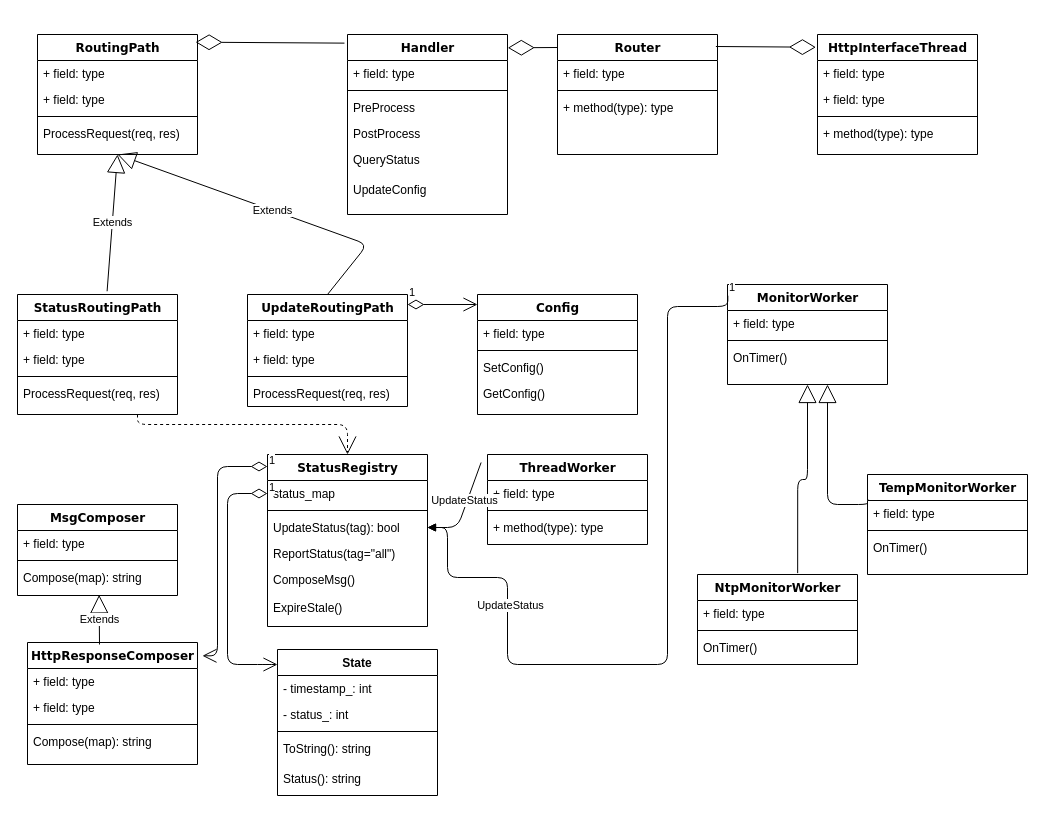
The draw.io diagram page "classes" (1 of 2) of httpworker.drawio in joeshow79/umlchart, before the edit. Source tidied: cells renumbered, new cells numbered last; positions are measured from the earlier drawing's top-left corner, leaving out a move shared by most shapes. Both pictures are drawn from the tidied source at 100%, with x=0, y=0 at pixel (17, 34).
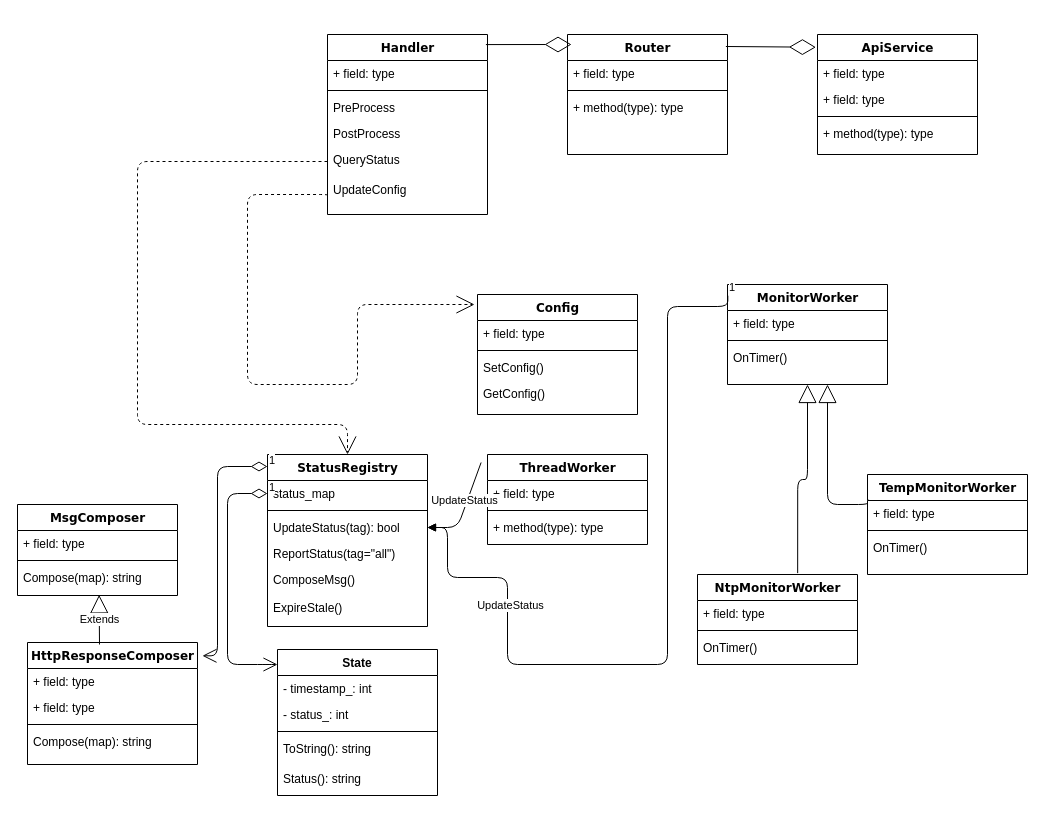
Above is the later version.

Unchanged cells that the change refers to:
```xml
<mxCell id="22" value="StatusRegistry" style="swimlane;html=1;fontStyle=1;align=center;verticalAlign=top;horizontal=1;startSize=26;swimlaneFillColor=#ffffff;rounded=0;shadow=0;comic=0;labelBackgroundColor=none;strokeWidth=1;fillColor=none;fontFamily=Verdana;fontSize=12;" parent="1" vertex="1">
  <mxGeometry x="250" y="420" width="160" height="172" as="geometry" />
</mxCell>
<mxCell id="49" value="Config" style="swimlane;html=1;fontStyle=1;align=center;verticalAlign=top;horizontal=1;startSize=26;swimlaneFillColor=#ffffff;rounded=0;shadow=0;comic=0;labelBackgroundColor=none;strokeWidth=1;fillColor=none;fontFamily=Verdana;fontSize=12;" parent="1" vertex="1">
  <mxGeometry x="460" y="260" width="160" height="120" as="geometry" />
</mxCell>
<mxCell id="84" value="QueryStatus" style="text;html=1;strokeColor=none;fillColor=none;align=left;verticalAlign=top;spacingLeft=4;spacingRight=4;whiteSpace=wrap;overflow=hidden;points=[[0,0.5],[1,0.5]];portConstraint=eastwest;" parent="79" vertex="1">
  <mxGeometry y="112" width="160" height="30" as="geometry" />
</mxCell>
```

Change to the diagram source:
```diff
@@
-    <mxCell id="2" style="edgeStyle=orthogonalEdgeStyle;html=1;labelBackgroundColor=none;startFill=0;startSize=8;endArrow=open;endFill=0;endSize=16;fontFamily=Verdana;fontSize=12;dashed=1;" parent="1" edge="1" source="3" target="22">
+    <mxCell id="2" style="edgeStyle=orthogonalEdgeStyle;html=1;labelBackgroundColor=none;startFill=0;startSize=8;endArrow=open;endFill=0;endSize=16;fontFamily=Verdana;fontSize=12;dashed=1;exitX=0;exitY=0.5;exitDx=0;exitDy=0;" parent="1" edge="1" source="84" target="22">
       <mxGeometry relative="1" as="geometry">
         <Array as="points">
+          <mxPoint x="120" y="127" />
           <mxPoint x="120" y="390" />
           <mxPoint x="330" y="390" />
         </Array>
       </mxGeometry>
     </mxCell>
-    <mxCell id="3" value="StatusRoutingPath" style="swimlane;html=1;fontStyle=1;align=center;verticalAlign=top;horizontal=1;startSize=26;swimlaneFillColor=#ffffff;rounded=0;shadow=0;comic=0;labelBackgroundColor=none;strokeWidth=1;fillColor=none;fontFamily=Verdana;fontSize=12;" parent="1" vertex="1">
-      <mxGeometry y="260" width="160" height="120" as="geometry" />
-    </mxCell>
-    <mxCell id="4" value="+ field: type" style="text;html=1;strokeColor=none;fillColor=none;align=left;verticalAlign=top;spacingLeft=4;spacingRight=4;whiteSpace=wrap;overflow=hidden;" parent="3" vertex="1">
-      <mxGeometry y="26" width="160" height="26" as="geometry" />
-    </mxCell>
-    <mxCell id="5" value="+ field: type" style="text;html=1;strokeColor=none;fillColor=none;align=left;verticalAlign=top;spacingLeft=4;spacingRight=4;whiteSpace=wrap;overflow=hidden;" parent="3" vertex="1">
-      <mxGeometry y="52" width="160" height="26" as="geometry" />
-    </mxCell>
-    <mxCell id="6" style="line;html=1;strokeWidth=1;fillColor=none;align=left;verticalAlign=middle;spacingTop=-1;spacingLeft=3;spacingRight=3;labelPosition=right;" parent="3" vertex="1">
-      <mxGeometry y="78" width="160" height="8" as="geometry" />
-    </mxCell>
-    <mxCell id="7" value="ProcessRequest(req, res)" style="text;html=1;strokeColor=none;fillColor=none;align=left;verticalAlign=top;spacingLeft=4;spacingRight=4;whiteSpace=wrap;overflow=hidden;" parent="3" vertex="1">
-      <mxGeometry y="86" width="160" height="26" as="geometry" />
-    </mxCell>
-    <mxCell id="8" value="HttpInterfaceThread" style="swimlane;html=1;fontStyle=1;align=center;verticalAlign=top;horizontal=1;startSize=26;swimlaneFillColor=#ffffff;rounded=0;shadow=0;comic=0;labelBackgroundColor=none;strokeWidth=1;fillColor=none;fontFamily=Verdana;fontSize=12;" parent="1" vertex="1">
+    <mxCell id="8" value="ApiService" style="swimlane;html=1;fontStyle=1;align=center;verticalAlign=top;horizontal=1;startSize=26;swimlaneFillColor=#ffffff;rounded=0;shadow=0;comic=0;labelBackgroundColor=none;strokeWidth=1;fillColor=none;fontFamily=Verdana;fontSize=12;" parent="1" vertex="1">
       <mxGeometry x="800" width="160" height="120" as="geometry" />
     </mxCell>
@@
-    <mxCell id="40" value="UpdateRoutingPath" style="swimlane;html=1;fontStyle=1;align=center;verticalAlign=top;horizontal=1;startSize=26;swimlaneFillColor=#ffffff;rounded=0;shadow=0;comic=0;labelBackgroundColor=none;strokeWidth=1;fillColor=none;fontFamily=Verdana;fontSize=12;" parent="1" vertex="1">
-      <mxGeometry x="230" y="260" width="160" height="112" as="geometry" />
-    </mxCell>
-    <mxCell id="41" value="+ field: type" style="text;html=1;strokeColor=none;fillColor=none;align=left;verticalAlign=top;spacingLeft=4;spacingRight=4;whiteSpace=wrap;overflow=hidden;" parent="40" vertex="1">
-      <mxGeometry y="26" width="160" height="26" as="geometry" />
-    </mxCell>
-    <mxCell id="42" value="+ field: type" style="text;html=1;strokeColor=none;fillColor=none;align=left;verticalAlign=top;spacingLeft=4;spacingRight=4;whiteSpace=wrap;overflow=hidden;" parent="40" vertex="1">
-      <mxGeometry y="52" width="160" height="26" as="geometry" />
-    </mxCell>
-    <mxCell id="43" style="line;html=1;strokeWidth=1;fillColor=none;align=left;verticalAlign=middle;spacingTop=-1;spacingLeft=3;spacingRight=3;labelPosition=right;" parent="40" vertex="1">
-      <mxGeometry y="78" width="160" height="8" as="geometry" />
-    </mxCell>
-    <mxCell id="44" value="ProcessRequest(req, res)" style="text;html=1;strokeColor=none;fillColor=none;align=left;verticalAlign=top;spacingLeft=4;spacingRight=4;whiteSpace=wrap;overflow=hidden;" parent="40" vertex="1">
-      <mxGeometry y="86" width="160" height="26" as="geometry" />
-    </mxCell>
-    <mxCell id="45" style="endArrow=diamondThin;endFill=0;endSize=24;html=1;entryX=0.988;entryY=0.064;entryDx=0;entryDy=0;entryPerimeter=0;exitX=-0.019;exitY=0.048;exitDx=0;exitDy=0;exitPerimeter=0;" parent="1" edge="1" source="79" target="60">
-      <mxGeometry relative="1" as="geometry" />
-    </mxCell>
@@
-    <mxCell id="50" value="1" style="endArrow=open;html=1;endSize=12;startArrow=diamondThin;startSize=14;startFill=0;edgeStyle=orthogonalEdgeStyle;align=left;verticalAlign=bottom;" parent="49" edge="1">
-      <mxGeometry x="-1" y="3" relative="1" as="geometry">
-        <mxPoint x="-70" y="10" as="sourcePoint" />
-        <mxPoint y="10" as="targetPoint" />
-      </mxGeometry>
-    </mxCell>
@@
-    <mxCell id="60" value="RoutingPath" style="swimlane;html=1;fontStyle=1;align=center;verticalAlign=top;horizontal=1;startSize=26;swimlaneFillColor=#ffffff;rounded=0;shadow=0;comic=0;labelBackgroundColor=none;strokeWidth=1;fillColor=none;fontFamily=Verdana;fontSize=12;" parent="1" vertex="1">
-      <mxGeometry x="20" width="160" height="120" as="geometry" />
-    </mxCell>
-    <mxCell id="61" value="+ field: type" style="text;html=1;strokeColor=none;fillColor=none;align=left;verticalAlign=top;spacingLeft=4;spacingRight=4;whiteSpace=wrap;overflow=hidden;" parent="60" vertex="1">
-      <mxGeometry y="26" width="160" height="26" as="geometry" />
-    </mxCell>
-    <mxCell id="62" value="+ field: type" style="text;html=1;strokeColor=none;fillColor=none;align=left;verticalAlign=top;spacingLeft=4;spacingRight=4;whiteSpace=wrap;overflow=hidden;" parent="60" vertex="1">
-      <mxGeometry y="52" width="160" height="26" as="geometry" />
-    </mxCell>
-    <mxCell id="63" style="line;html=1;strokeWidth=1;fillColor=none;align=left;verticalAlign=middle;spacingTop=-1;spacingLeft=3;spacingRight=3;labelPosition=right;" parent="60" vertex="1">
-      <mxGeometry y="78" width="160" height="8" as="geometry" />
-    </mxCell>
-    <mxCell id="64" value="ProcessRequest(req, res)" style="text;html=1;strokeColor=none;fillColor=none;align=left;verticalAlign=top;spacingLeft=4;spacingRight=4;whiteSpace=wrap;overflow=hidden;" parent="60" vertex="1">
-      <mxGeometry y="86" width="160" height="26" as="geometry" />
-    </mxCell>
-    <mxCell id="65" value="Extends" style="endArrow=block;endSize=16;endFill=0;html=1;exitX=0.56;exitY=-0.027;exitDx=0;exitDy=0;exitPerimeter=0;entryX=0.5;entryY=1;entryDx=0;entryDy=0;" parent="1" edge="1" source="3" target="60">
-      <mxGeometry relative="1" as="geometry" />
-    </mxCell>
-    <mxCell id="66" value="Extends" style="endArrow=block;endSize=16;endFill=0;html=1;exitX=0.5;exitY=0;exitDx=0;exitDy=0;entryX=0.5;entryY=1;entryDx=0;entryDy=0;" parent="1" edge="1" source="40" target="60">
-      <mxGeometry relative="1" as="geometry">
-        <Array as="points">
-          <mxPoint x="350" y="210" />
-        </Array>
-      </mxGeometry>
-    </mxCell>
@@
     <mxCell id="79" value="Handler" style="swimlane;html=1;fontStyle=1;align=center;verticalAlign=top;horizontal=1;startSize=26;swimlaneFillColor=#ffffff;rounded=0;shadow=0;comic=0;labelBackgroundColor=none;strokeWidth=1;fillColor=none;fontFamily=Verdana;fontSize=12;" parent="1" vertex="1">
-      <mxGeometry x="330" width="160" height="180" as="geometry" />
+      <mxGeometry x="310" width="160" height="180" as="geometry" />
     </mxCell>
@@
     <mxCell id="86" value="Router" style="swimlane;html=1;fontStyle=1;align=center;verticalAlign=top;horizontal=1;startSize=26;swimlaneFillColor=#ffffff;rounded=0;shadow=0;comic=0;labelBackgroundColor=none;strokeWidth=1;fillColor=none;fontFamily=Verdana;fontSize=12;" parent="1" vertex="1">
-      <mxGeometry x="540" width="160" height="120" as="geometry" />
+      <mxGeometry x="550" width="160" height="120" as="geometry" />
     </mxCell>
@@
-    <mxCell id="91" style="endArrow=diamondThin;endFill=0;endSize=24;html=1;entryX=1.002;entryY=0.074;entryDx=0;entryDy=0;entryPerimeter=0;" parent="1" edge="1" target="79">
+    <mxCell id="91" style="endArrow=diamondThin;endFill=0;endSize=24;html=1;exitX=0.99;exitY=0.056;exitDx=0;exitDy=0;exitPerimeter=0;" parent="1" edge="1" source="79">
       <mxGeometry relative="1" as="geometry">
-        <mxPoint x="540" y="13" as="sourcePoint" />
+        <mxPoint x="554" y="10" as="targetPoint" />
       </mxGeometry>
     </mxCell>
+    <mxCell id="92" style="edgeStyle=orthogonalEdgeStyle;html=1;labelBackgroundColor=none;startFill=0;startSize=8;endArrow=open;endFill=0;endSize=16;fontFamily=Verdana;fontSize=12;dashed=1;" parent="1" edge="1">
+      <mxGeometry relative="1" as="geometry">
+        <mxPoint x="310" y="161" as="sourcePoint" />
+        <mxPoint x="457" y="270" as="targetPoint" />
+        <Array as="points">
+          <mxPoint x="310" y="160" />
+          <mxPoint x="230" y="160" />
+          <mxPoint x="230" y="350" />
+          <mxPoint x="340" y="350" />
+          <mxPoint x="340" y="270" />
+          <mxPoint x="457" y="270" />
+        </Array>
+      </mxGeometry>
+    </mxCell>
```
